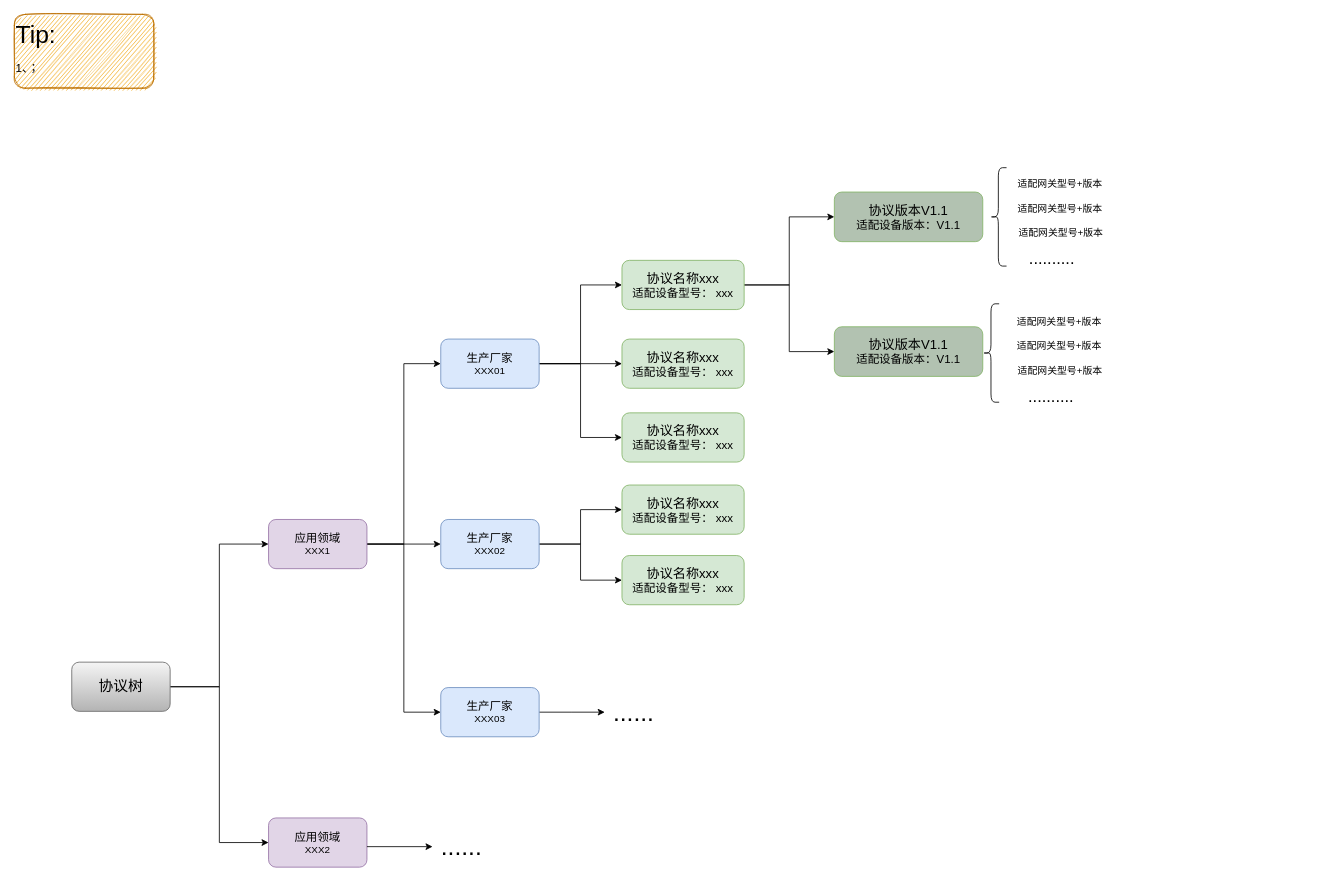
This is 协议列表.drawio from foreverfirst/draw, a draw.io file, before an edit. Source tidied: cells renumbered, new cells numbered last; positions are measured from the earlier drawing's top-left corner, leaving out a move shared by most shapes. Both pictures are drawn from the tidied source at 82%, with x=0, y=0 at pixel (14, 14).
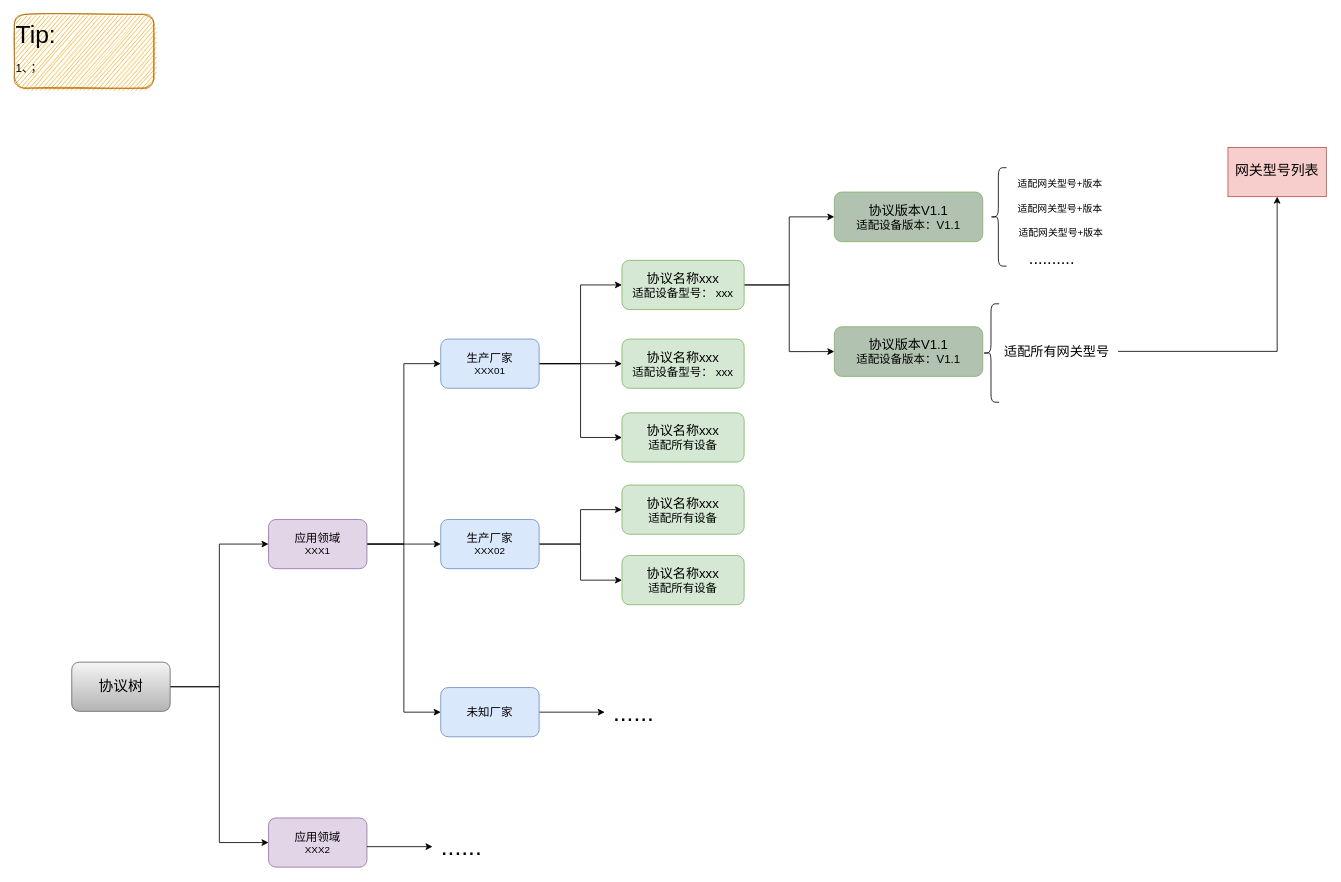
Above is the later version.

Commit message:
更新协议列表.drawio

Change to the diagram source:
```diff
@@
-    <mxCell id="17" value="&lt;font style=&quot;border-color: var(--border-color); font-size: 14px;&quot;&gt;生产厂家&lt;/font&gt;&lt;br style=&quot;border-color: var(--border-color);&quot;&gt;XXX03" style="rounded=1;whiteSpace=wrap;html=1;fillColor=#dae8fc;strokeColor=#6c8ebf;" parent="1" vertex="1">
+    <mxCell id="17" value="&lt;span style=&quot;font-size: 14px;&quot;&gt;未知厂家&lt;/span&gt;" style="rounded=1;whiteSpace=wrap;html=1;fillColor=#dae8fc;strokeColor=#6c8ebf;" parent="1" vertex="1">
       <mxGeometry x="520" y="821" width="120" height="60" as="geometry" />
     </mxCell>
@@
-    <mxCell id="33" value="&lt;font style=&quot;&quot;&gt;&lt;font style=&quot;font-size: 16px;&quot;&gt;协议名称xxx&lt;/font&gt;&lt;br&gt;&lt;span style=&quot;font-size: 14px;&quot;&gt;适配设备型号：&amp;nbsp;&lt;/span&gt;&lt;font style=&quot;font-size: 14px;&quot;&gt;xxx&lt;/font&gt;&lt;br&gt;&lt;/font&gt;" style="rounded=1;whiteSpace=wrap;html=1;fillColor=#d5e8d4;strokeColor=#82b366;" parent="1" vertex="1">
+    <mxCell id="33" value="&lt;font style=&quot;&quot;&gt;&lt;font style=&quot;font-size: 16px;&quot;&gt;协议名称xxx&lt;/font&gt;&lt;br&gt;&lt;font style=&quot;font-size: 14px;&quot;&gt;适配所有设备&lt;/font&gt;&lt;br&gt;&lt;/font&gt;" style="rounded=1;whiteSpace=wrap;html=1;fillColor=#d5e8d4;strokeColor=#82b366;" parent="1" vertex="1">
       <mxGeometry x="741" y="660" width="149" height="60" as="geometry" />
     </mxCell>
-    <mxCell id="34" value="&lt;font style=&quot;&quot;&gt;&lt;font style=&quot;font-size: 16px;&quot;&gt;协议名称xxx&lt;/font&gt;&lt;br&gt;&lt;span style=&quot;font-size: 14px;&quot;&gt;适配设备型号：&amp;nbsp;&lt;/span&gt;&lt;font style=&quot;font-size: 14px;&quot;&gt;xxx&lt;/font&gt;&lt;br&gt;&lt;/font&gt;" style="rounded=1;whiteSpace=wrap;html=1;fillColor=#d5e8d4;strokeColor=#82b366;" parent="1" vertex="1">
+    <mxCell id="34" value="&lt;font style=&quot;&quot;&gt;&lt;font style=&quot;font-size: 16px;&quot;&gt;协议名称xxx&lt;/font&gt;&lt;br&gt;&lt;font style=&quot;font-size: 14px;&quot;&gt;适配所有设备&lt;/font&gt;&lt;br&gt;&lt;/font&gt;" style="rounded=1;whiteSpace=wrap;html=1;fillColor=#d5e8d4;strokeColor=#82b366;" parent="1" vertex="1">
       <mxGeometry x="741" y="574" width="149" height="60" as="geometry" />
     </mxCell>
-    <mxCell id="35" value="&lt;font style=&quot;&quot;&gt;&lt;font style=&quot;font-size: 16px;&quot;&gt;协议名称xxx&lt;/font&gt;&lt;br&gt;&lt;span style=&quot;font-size: 14px;&quot;&gt;适配设备型号：&amp;nbsp;&lt;/span&gt;&lt;font style=&quot;font-size: 14px;&quot;&gt;xxx&lt;/font&gt;&lt;br&gt;&lt;/font&gt;" style="rounded=1;whiteSpace=wrap;html=1;fillColor=#d5e8d4;strokeColor=#82b366;" parent="1" vertex="1">
+    <mxCell id="35" value="&lt;font style=&quot;&quot;&gt;&lt;font style=&quot;font-size: 16px;&quot;&gt;协议名称xxx&lt;/font&gt;&lt;br&gt;&lt;span style=&quot;font-size: 14px;&quot;&gt;适配所有设备&lt;/span&gt;&lt;br&gt;&lt;/font&gt;" style="rounded=1;whiteSpace=wrap;html=1;fillColor=#d5e8d4;strokeColor=#82b366;" parent="1" vertex="1">
       <mxGeometry x="741" y="486" width="149" height="60" as="geometry" />
     </mxCell>
@@
+    <mxCell id="42" style="edgeStyle=orthogonalEdgeStyle;rounded=0;jettySize=auto;html=1;entryX=0.5;entryY=1;entryDx=0;entryDy=0;" parent="1" edge="1" source="38" target="43">
+      <mxGeometry relative="1" as="geometry" />
+    </mxCell>
-    <mxCell id="38" value="适配网关型号+版本" style="text;html=1;align=center;verticalAlign=middle;points=[];strokeColor=none;fillColor=none;" parent="1" vertex="1">
-      <mxGeometry x="1209" y="360" width="130" height="30" as="geometry" />
+    <mxCell id="38" value="&lt;font style=&quot;font-size: 16px;&quot;&gt;适配所有网关型号&lt;/font&gt;" style="text;html=1;align=center;verticalAlign=middle;points=[];strokeColor=none;fillColor=none;" parent="1" vertex="1">
+      <mxGeometry x="1196" y="396" width="150" height="30" as="geometry" />
     </mxCell>
-    <mxCell id="39" value=".........." style="text;html=1;align=center;verticalAlign=middle;strokeColor=none;fillColor=none;strokeWidth=2;fontSize=20;" parent="1" vertex="1">
-      <mxGeometry x="1224" y="445" width="80" height="40" as="geometry" />
-    </mxCell>
-    <mxCell id="40" value="适配网关型号+版本" style="text;html=1;align=center;verticalAlign=middle;strokeColor=none;fillColor=none;" parent="1" vertex="1">
-      <mxGeometry x="1209" y="390" width="130" height="30" as="geometry" />
-    </mxCell>
-    <mxCell id="41" value="适配网关型号+版本" style="text;html=1;align=center;verticalAlign=middle;strokeColor=none;fillColor=none;" parent="1" vertex="1">
-      <mxGeometry x="1210" y="420" width="130" height="30" as="geometry" />
-    </mxCell>
+    <mxCell id="43" value="&lt;font style=&quot;font-size: 17px;&quot;&gt;网关型号列表&lt;/font&gt;" style="rounded=0;whiteSpace=wrap;html=1;fillColor=#f8cecc;strokeColor=#b85450;" parent="1" vertex="1">
+      <mxGeometry x="1480" y="162.3" width="120" height="60" as="geometry" />
+    </mxCell>
```
